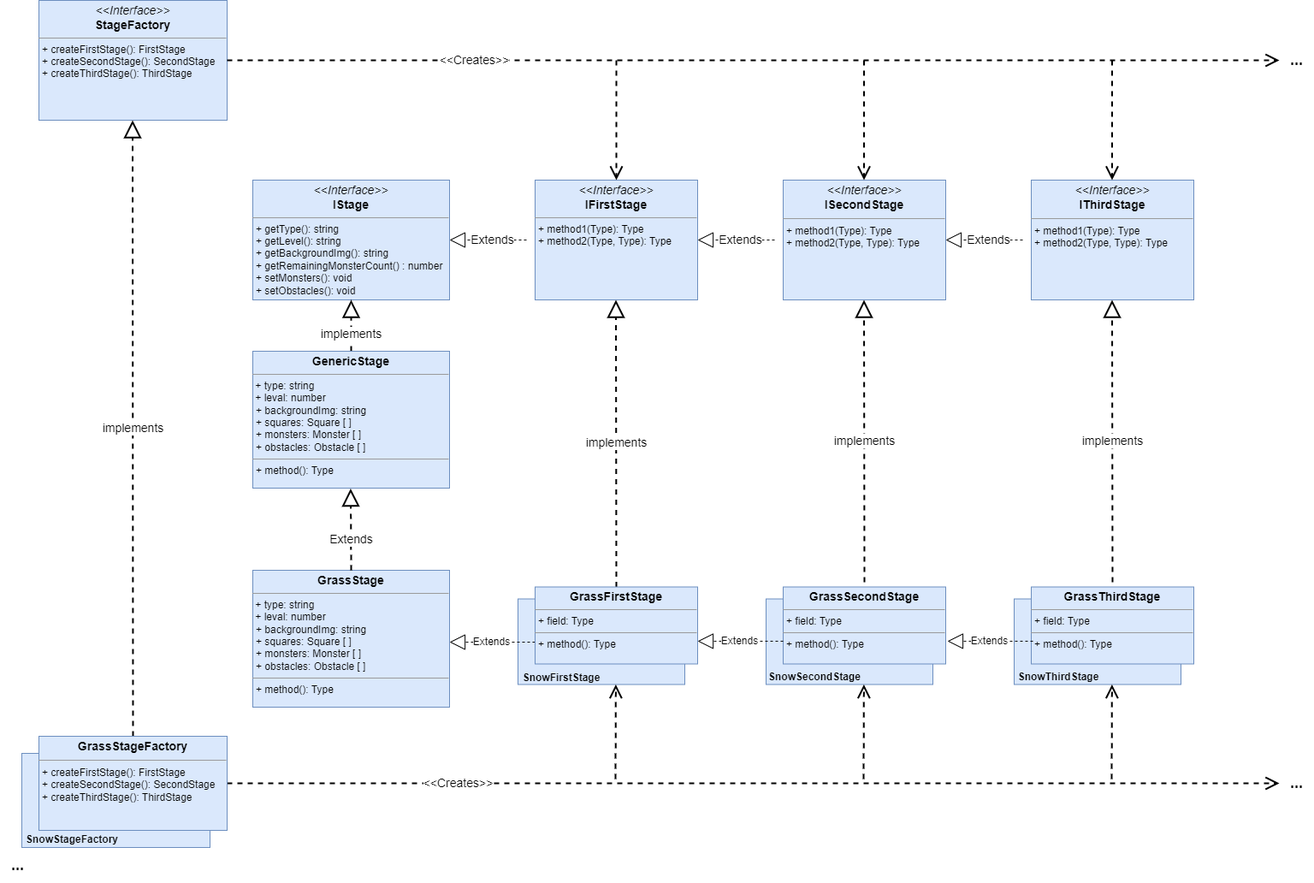
khkmgch/bomberman keeps this draw.io diagram as assets/stage.drawio.png. Above is the earlier version. Source tidied: cells renumbered, new cells last; positions are measured from the earlier drawing's top-left corner, leaving out a move shared by most shapes.
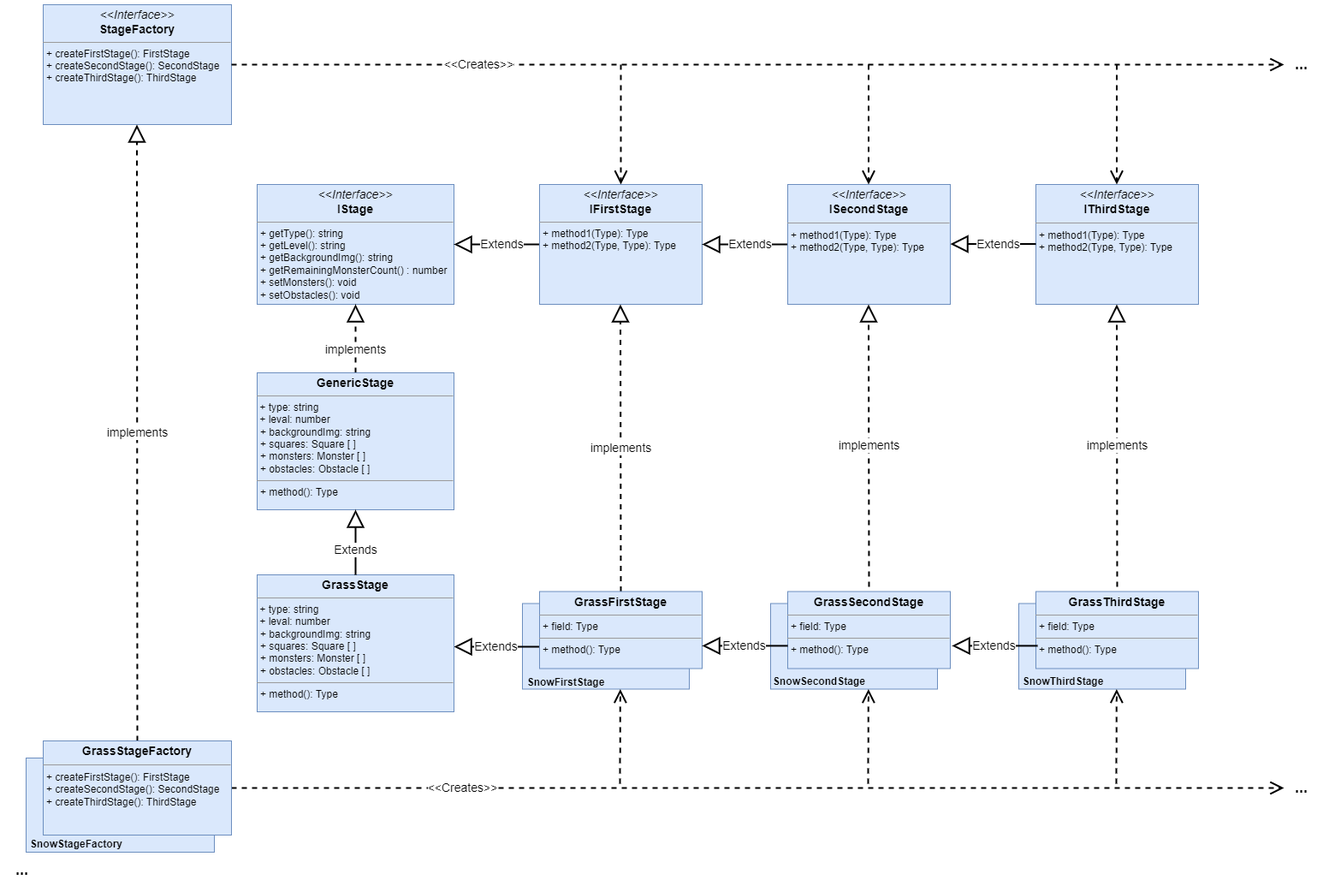
After the commit.

Diff of the diagram source:
```diff
@@ -8,15 +8,13 @@
     <mxCell id="3" value="&lt;p style=&quot;margin: 4px 0px 0px; text-align: center; font-size: 14px;&quot;&gt;&lt;i&gt;&amp;lt;&amp;lt;Interface&amp;gt;&amp;gt;&lt;/i&gt;&lt;br&gt;&lt;b&gt;IStage&lt;/b&gt;&lt;/p&gt;&lt;hr size=&quot;1&quot;&gt;&lt;p style=&quot;margin:0px;margin-left:4px;&quot;&gt;+ getType(): string&lt;/p&gt;&lt;p style=&quot;margin:0px;margin-left:4px;&quot;&gt;+ getLevel(): string&lt;/p&gt;&lt;p style=&quot;margin:0px;margin-left:4px;&quot;&gt;+ getBackgroundImg(): string&lt;/p&gt;&lt;p style=&quot;margin:0px;margin-left:4px;&quot;&gt;+ getRemainingMonsterCount() : number&lt;/p&gt;&lt;p style=&quot;margin:0px;margin-left:4px;&quot;&gt;+ setMonsters(): void&lt;/p&gt;&lt;p style=&quot;margin:0px;margin-left:4px;&quot;&gt;+ setObstacles(): void&lt;/p&gt;&lt;p style=&quot;margin:0px;margin-left:4px;&quot;&gt;&lt;br&gt;&lt;/p&gt;" style="verticalAlign=top;align=left;overflow=fill;fontSize=12;fontFamily=Helvetica;html=1;fillColor=#dae8fc;strokeColor=#6c8ebf;" parent="1" vertex="1">
       <mxGeometry x="295" y="210" width="230" height="140" as="geometry" />
     </mxCell>
-    <mxCell id="4" value="&lt;font style=&quot;font-size: 14px;&quot;&gt;Extends&lt;/font&gt;" style="endArrow=block;endSize=16;endFill=0;html=1;rounded=0;dashed=1;strokeColor=default;entryX=1;entryY=0.5;entryDx=0;entryDy=0;fontSize=12;" parent="1" edge="1" target="3">
-      <mxGeometry x="-0.11" relative="1" as="geometry">
-        <mxPoint x="615" y="280" as="sourcePoint" />
-      </mxGeometry>
+    <mxCell id="4" value="&lt;font style=&quot;font-size: 14px;&quot;&gt;Extends&lt;/font&gt;" style="endArrow=block;endSize=16;endFill=0;html=1;rounded=0;strokeColor=default;entryX=1;entryY=0.5;entryDx=0;entryDy=0;fontSize=14;strokeWidth=2;exitX=0;exitY=0.5;exitDx=0;exitDy=0;" parent="1" edge="1" source="7" target="3">
+      <mxGeometry x="-0.11" relative="1" as="geometry" />
     </mxCell>
-    <mxCell id="5" value="&lt;font style=&quot;font-size: 14px;&quot;&gt;implements&lt;/font&gt;" style="endArrow=block;endSize=16;endFill=0;html=1;rounded=0;dashed=1;strokeColor=default;entryX=0.5;entryY=1;entryDx=0;entryDy=0;fontSize=12;exitX=0.5;exitY=0;exitDx=0;exitDy=0;strokeWidth=2;" parent="1" edge="1" source="39" target="3">
+    <mxCell id="5" value="&lt;font style=&quot;font-size: 14px;&quot;&gt;implements&lt;/font&gt;" style="endArrow=block;endSize=16;endFill=0;html=1;rounded=0;dashed=1;strokeColor=default;entryX=0.5;entryY=1;entryDx=0;entryDy=0;fontSize=14;exitX=0.5;exitY=0;exitDx=0;exitDy=0;strokeWidth=2;" parent="1" edge="1" source="39" target="3">
       <mxGeometry x="-0.33" relative="1" as="geometry" />
     </mxCell>
-    <mxCell id="6" value="Extends" style="endArrow=block;endSize=16;endFill=0;html=1;rounded=0;dashed=1;strokeColor=default;fontSize=12;" parent="1" edge="1">
+    <mxCell id="6" value="&lt;font style=&quot;font-size: 14px;&quot;&gt;Extends&lt;/font&gt;" style="endArrow=block;endSize=16;endFill=0;html=1;rounded=0;strokeColor=default;fontSize=12;strokeWidth=2;" parent="1" edge="1">
       <mxGeometry relative="1" as="geometry">
         <mxPoint x="625" y="750" as="sourcePoint" />
         <mxPoint x="525" y="750" as="targetPoint" />
@@ -25,9 +23,8 @@
     <mxCell id="7" value="&lt;p style=&quot;margin: 4px 0px 0px; text-align: center; font-size: 14px;&quot;&gt;&lt;i&gt;&amp;lt;&amp;lt;Interface&amp;gt;&amp;gt;&lt;/i&gt;&lt;br&gt;&lt;b&gt;IFirstStage&lt;/b&gt;&lt;/p&gt;&lt;hr size=&quot;1&quot;&gt;&lt;p style=&quot;margin:0px;margin-left:4px;&quot;&gt;+ method1(Type): Type&lt;br&gt;+ method2(Type, Type): Type&lt;/p&gt;" style="verticalAlign=top;align=left;overflow=fill;fontSize=12;fontFamily=Helvetica;html=1;fillColor=#dae8fc;strokeColor=#6c8ebf;" parent="1" vertex="1">
       <mxGeometry x="625" y="210" width="190" height="140" as="geometry" />
     </mxCell>
-    <mxCell id="8" value="&lt;font style=&quot;font-size: 14px;&quot;&gt;Extends&lt;/font&gt;" style="endArrow=block;endSize=16;endFill=0;html=1;rounded=0;dashed=1;strokeColor=default;entryX=1;entryY=0.5;entryDx=0;entryDy=0;fontSize=12;" parent="1" edge="1">
+    <mxCell id="8" value="&lt;font style=&quot;font-size: 14px;&quot;&gt;Extends&lt;/font&gt;" style="endArrow=block;endSize=16;endFill=0;html=1;rounded=0;strokeColor=default;entryX=1;entryY=0.5;entryDx=0;entryDy=0;fontSize=14;strokeWidth=2;exitX=0;exitY=0.5;exitDx=0;exitDy=0;" parent="1" edge="1" source="9">
       <mxGeometry x="-0.11" relative="1" as="geometry">
-        <mxPoint x="905" y="280" as="sourcePoint" />
         <mxPoint x="815" y="280" as="targetPoint" />
         <Array as="points">
           <mxPoint x="875" y="280" />
@@ -40,15 +37,6 @@
     <mxCell id="10" value="&lt;p style=&quot;margin: 4px 0px 0px; text-align: center; font-size: 14px;&quot;&gt;&lt;font style=&quot;font-size: 14px;&quot;&gt;&lt;i style=&quot;&quot;&gt;&amp;lt;&amp;lt;Interface&amp;gt;&amp;gt;&lt;/i&gt;&lt;br&gt;&lt;b style=&quot;&quot;&gt;IThirdStage&lt;/b&gt;&lt;/font&gt;&lt;/p&gt;&lt;hr style=&quot;font-size: 14px;&quot; size=&quot;1&quot;&gt;&lt;p style=&quot;margin:0px;margin-left:4px;&quot;&gt;+ method1(Type): Type&lt;br&gt;+ method2(Type, Type): Type&lt;/p&gt;" style="verticalAlign=top;align=left;overflow=fill;fontSize=12;fontFamily=Helvetica;html=1;fillColor=#dae8fc;strokeColor=#6c8ebf;" parent="1" vertex="1">
       <mxGeometry x="1205" y="210" width="190" height="140" as="geometry" />
     </mxCell>
-    <mxCell id="11" value="&lt;font style=&quot;font-size: 14px;&quot;&gt;Extends&lt;/font&gt;" style="endArrow=block;endSize=16;endFill=0;html=1;rounded=0;dashed=1;strokeColor=default;entryX=1;entryY=0.5;entryDx=0;entryDy=0;fontSize=12;" parent="1" edge="1">
-      <mxGeometry x="-0.11" relative="1" as="geometry">
-        <mxPoint x="1195" y="280" as="sourcePoint" />
-        <mxPoint x="1105" y="280" as="targetPoint" />
-        <Array as="points">
-          <mxPoint x="1165" y="280" />
-        </Array>
-      </mxGeometry>
-    </mxCell>
     <mxCell id="12" value="&lt;font style=&quot;font-size: 14px;&quot;&gt;implements&lt;/font&gt;" style="endArrow=block;endSize=16;endFill=0;html=1;rounded=0;dashed=1;strokeColor=default;entryX=0.5;entryY=1;entryDx=0;entryDy=0;fontSize=12;exitX=0.5;exitY=0;exitDx=0;exitDy=0;strokeWidth=2;" parent="1" edge="1" source="25">
       <mxGeometry relative="1" as="geometry">
         <mxPoint x="719.5" y="350" as="targetPoint" />
@@ -111,7 +99,7 @@
     <mxCell id="23" value="..." style="text;html=1;align=center;verticalAlign=middle;strokeColor=none;fillColor=none;fontSize=18;fontStyle=1;" parent="1" vertex="1">
       <mxGeometry x="1495" y="895" width="40" height="40" as="geometry" />
     </mxCell>
-    <mxCell id="24" value="&lt;font style=&quot;font-size: 14px;&quot;&gt;implements&lt;/font&gt;" style="endArrow=block;endSize=16;endFill=0;html=1;rounded=0;dashed=1;strokeColor=default;entryX=0.5;entryY=1;entryDx=0;entryDy=0;fontSize=12;exitX=0.5;exitY=0;exitDx=0;exitDy=0;strokeWidth=2;" parent="1" edge="1" source="35">
+    <mxCell id="24" value="&lt;font style=&quot;font-size: 14px;&quot;&gt;implements&lt;/font&gt;" style="endArrow=block;endSize=16;endFill=0;html=1;rounded=0;dashed=1;strokeColor=default;entryX=0.5;entryY=1;entryDx=0;entryDy=0;fontSize=14;exitX=0.5;exitY=0;exitDx=0;exitDy=0;strokeWidth=2;" parent="1" edge="1" source="35">
       <mxGeometry relative="1" as="geometry">
         <mxPoint x="154.5" y="140" as="targetPoint" />
       </mxGeometry>
@@ -165,27 +153,34 @@
       <mxGeometry y="991" width="40" height="40" as="geometry" />
     </mxCell>
     <mxCell id="39" value="&lt;p style=&quot;margin:0px;margin-top:4px;text-align:center;&quot;&gt;&lt;span style=&quot;font-weight: 700;&quot;&gt;&lt;font style=&quot;font-size: 14px;&quot;&gt;GenericStage&lt;/font&gt;&lt;/span&gt;&lt;br&gt;&lt;/p&gt;&lt;hr size=&quot;1&quot;&gt;&amp;nbsp;+ type: string&lt;br&gt;&amp;nbsp;+ leval: number&lt;br&gt;&lt;p style=&quot;margin:0px;margin-left:4px;&quot;&gt;+ backgroundImg: string&lt;/p&gt;&lt;p style=&quot;margin:0px;margin-left:4px;&quot;&gt;+ squares: Square [ ]&lt;/p&gt;&lt;p style=&quot;margin:0px;margin-left:4px;&quot;&gt;+ monsters: Monster [ ]&lt;/p&gt;&lt;p style=&quot;margin:0px;margin-left:4px;&quot;&gt;+ obstacles: Obstacle [ ]&lt;/p&gt;&lt;hr size=&quot;1&quot;&gt;&lt;p style=&quot;margin:0px;margin-left:4px;&quot;&gt;+ method(): Type&lt;/p&gt;" style="verticalAlign=top;align=left;overflow=fill;fontSize=12;fontFamily=Helvetica;html=1;fillColor=#dae8fc;strokeColor=#6c8ebf;" parent="1" vertex="1">
-      <mxGeometry x="295" y="410" width="230" height="160" as="geometry" />
+      <mxGeometry x="295" y="430" width="230" height="160" as="geometry" />
     </mxCell>
     <mxCell id="40" value="&lt;p style=&quot;margin:0px;margin-top:4px;text-align:center;&quot;&gt;&lt;span style=&quot;font-weight: 700;&quot;&gt;&lt;font style=&quot;font-size: 14px;&quot;&gt;GrassStage&lt;/font&gt;&lt;/span&gt;&lt;br&gt;&lt;/p&gt;&lt;hr size=&quot;1&quot;&gt;&amp;nbsp;+ type: string&lt;br&gt;&amp;nbsp;+ leval: number&lt;br&gt;&lt;p style=&quot;margin:0px;margin-left:4px;&quot;&gt;+ backgroundImg: string&lt;/p&gt;&lt;p style=&quot;margin:0px;margin-left:4px;&quot;&gt;+ squares: Square [ ]&lt;/p&gt;&lt;p style=&quot;margin:0px;margin-left:4px;&quot;&gt;+ monsters: Monster [ ]&lt;/p&gt;&lt;p style=&quot;margin:0px;margin-left:4px;&quot;&gt;+ obstacles: Obstacle [ ]&lt;/p&gt;&lt;hr size=&quot;1&quot;&gt;&lt;p style=&quot;margin:0px;margin-left:4px;&quot;&gt;+ method(): Type&lt;/p&gt;" style="verticalAlign=top;align=left;overflow=fill;fontSize=12;fontFamily=Helvetica;html=1;fillColor=#dae8fc;strokeColor=#6c8ebf;" parent="1" vertex="1">
       <mxGeometry x="295" y="666" width="230" height="160" as="geometry" />
     </mxCell>
-    <mxCell id="41" value="&lt;font style=&quot;font-size: 14px;&quot;&gt;Extends&lt;/font&gt;" style="endArrow=block;endSize=16;endFill=0;html=1;rounded=0;dashed=1;strokeColor=default;fontSize=12;startArrow=none;entryX=0.5;entryY=1;entryDx=0;entryDy=0;exitX=0.5;exitY=0;exitDx=0;exitDy=0;strokeWidth=2;" parent="1" edge="1" source="40">
-      <mxGeometry x="-0.25" relative="1" as="geometry">
-        <mxPoint x="409.4" y="570.5" as="targetPoint" />
-      </mxGeometry>
+    <mxCell id="41" value="&lt;font style=&quot;font-size: 14px;&quot;&gt;Extends&lt;/font&gt;" style="endArrow=block;endSize=16;endFill=0;html=1;rounded=0;strokeColor=default;fontSize=12;startArrow=none;entryX=0.5;entryY=1;entryDx=0;entryDy=0;exitX=0.5;exitY=0;exitDx=0;exitDy=0;strokeWidth=2;" parent="1" edge="1" source="40" target="39">
+      <mxGeometry x="-0.23" relative="1" as="geometry" />
     </mxCell>
-    <mxCell id="42" value="Extends" style="endArrow=block;endSize=16;endFill=0;html=1;rounded=0;dashed=1;strokeColor=default;fontSize=12;" parent="1" edge="1">
-      <mxGeometry relative="1" as="geometry">
+    <mxCell id="42" value="Extends" style="endArrow=block;endSize=16;endFill=0;html=1;rounded=0;strokeColor=default;fontSize=14;strokeWidth=2;" parent="1" edge="1">
+      <mxGeometry x="0.02" relative="1" as="geometry">
         <mxPoint x="915" y="748.9" as="sourcePoint" />
         <mxPoint x="815" y="748.9" as="targetPoint" />
       </mxGeometry>
     </mxCell>
-    <mxCell id="43" value="Extends" style="endArrow=block;endSize=16;endFill=0;html=1;rounded=0;dashed=1;strokeColor=default;fontSize=12;" parent="1" edge="1">
+    <mxCell id="43" value="Extends" style="endArrow=block;endSize=16;endFill=0;html=1;rounded=0;strokeColor=default;fontSize=14;strokeWidth=2;" parent="1" edge="1">
       <mxGeometry relative="1" as="geometry">
         <mxPoint x="1207" y="748.9" as="sourcePoint" />
         <mxPoint x="1107" y="748.9" as="targetPoint" />
       </mxGeometry>
     </mxCell>
+    <mxCell id="11" value="&lt;font style=&quot;font-size: 14px;&quot;&gt;Extends&lt;/font&gt;" style="endArrow=block;endSize=16;endFill=0;html=1;rounded=0;strokeColor=default;entryX=1;entryY=0.5;entryDx=0;entryDy=0;fontSize=14;strokeWidth=2;exitX=0;exitY=0.5;exitDx=0;exitDy=0;" parent="1" edge="1">
+      <mxGeometry x="-0.11" relative="1" as="geometry">
+        <mxPoint x="1205" y="279.6" as="sourcePoint" />
+        <mxPoint x="1105" y="279.6" as="targetPoint" />
+        <Array as="points">
+          <mxPoint x="1165" y="279.6" />
+        </Array>
+      </mxGeometry>
+    </mxCell>
   </root>
 </mxGraphModel>
```
